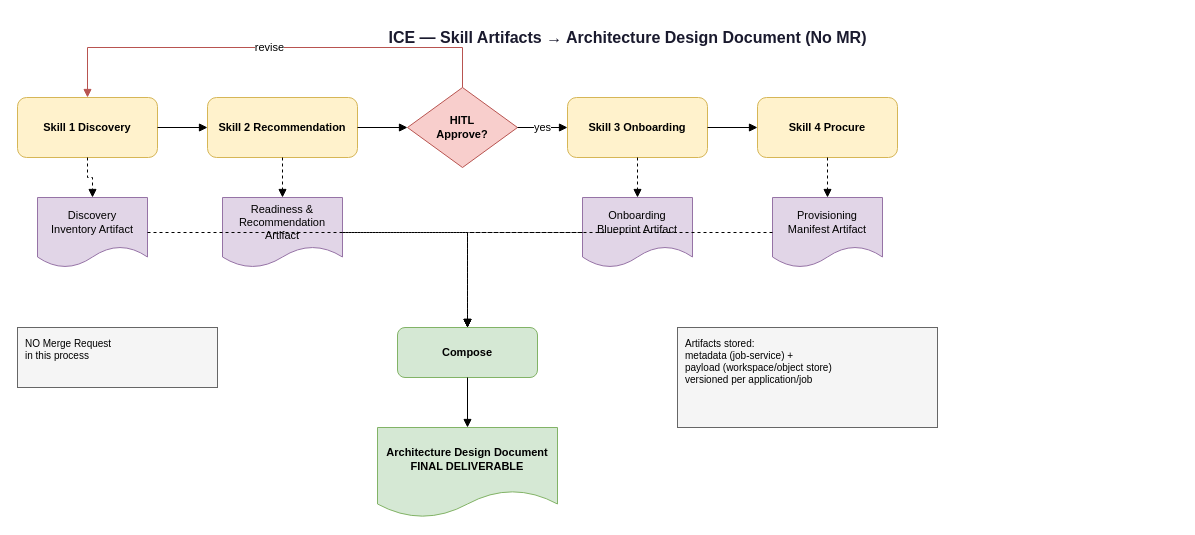
shivank22/ICE keeps this draw.io diagram as docs/07-skill-artifacts.drawio. Above is the earlier version. Source tidied: cells renumbered, new cells numbered last; positions are measured from the earlier drawing's top-left corner, leaving out a move shared by most shapes. Both pictures are drawn from the tidied source at 100%, with x=0, y=0 at pixel (17, 17).
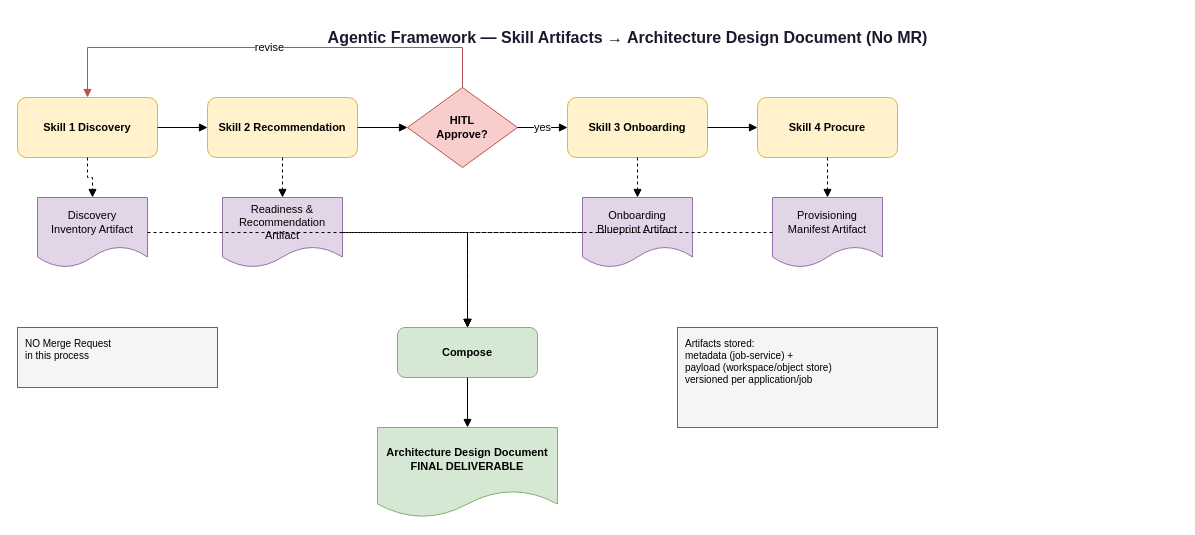
After the change.

Diff of the diagram source:
```diff
@@
-    <mxCell id="2" value="ICE — Skill Artifacts → Architecture Design Document (No MR)" style="text;html=1;strokeColor=none;fillColor=none;align=center;verticalAlign=middle;fontStyle=1;fontSize=16;fontColor=#1a1a2e;" parent="1" vertex="1">
+    <mxCell id="2" value="Agentic Framework — Skill Artifacts → Architecture Design Document (No MR)" style="text;html=1;strokeColor=none;fillColor=none;align=center;verticalAlign=middle;fontStyle=1;fontSize=16;fontColor=#1a1a2e;" parent="1" vertex="1">
       <mxGeometry x="60" width="1100" height="40" as="geometry" />
     </mxCell>
```
